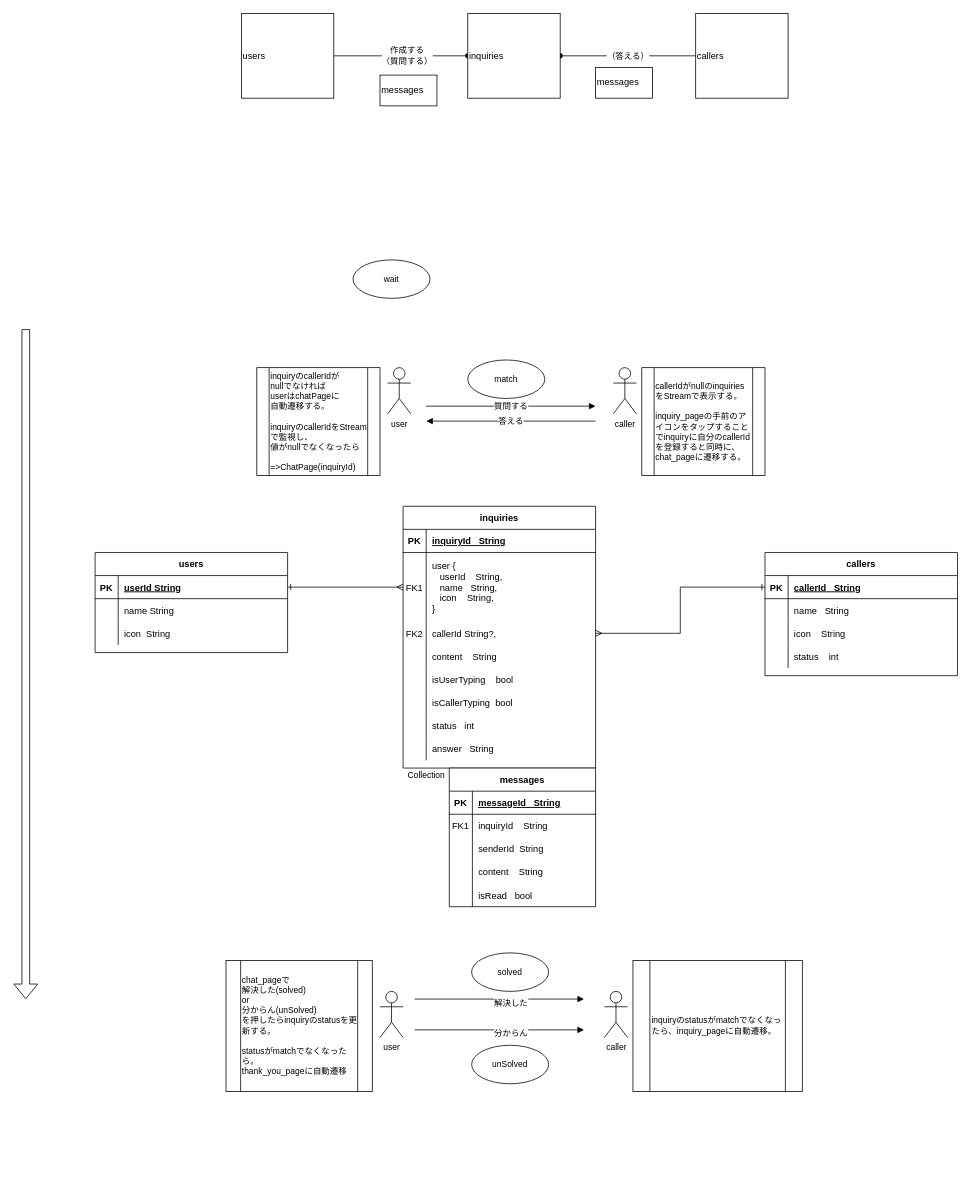
This is page "data" (2 of 2) of Untitled Diagram.drawio from neco3coffee/flutter_inquiry_visualization, a draw.io file, before an edit. Source tidied: cells renumbered, new cells numbered last; positions are measured from the earlier drawing's top-left corner, leaving out a move shared by most shapes. Both pictures are drawn from the tidied source at 77%, with x=0, y=0 at pixel (25, 13).
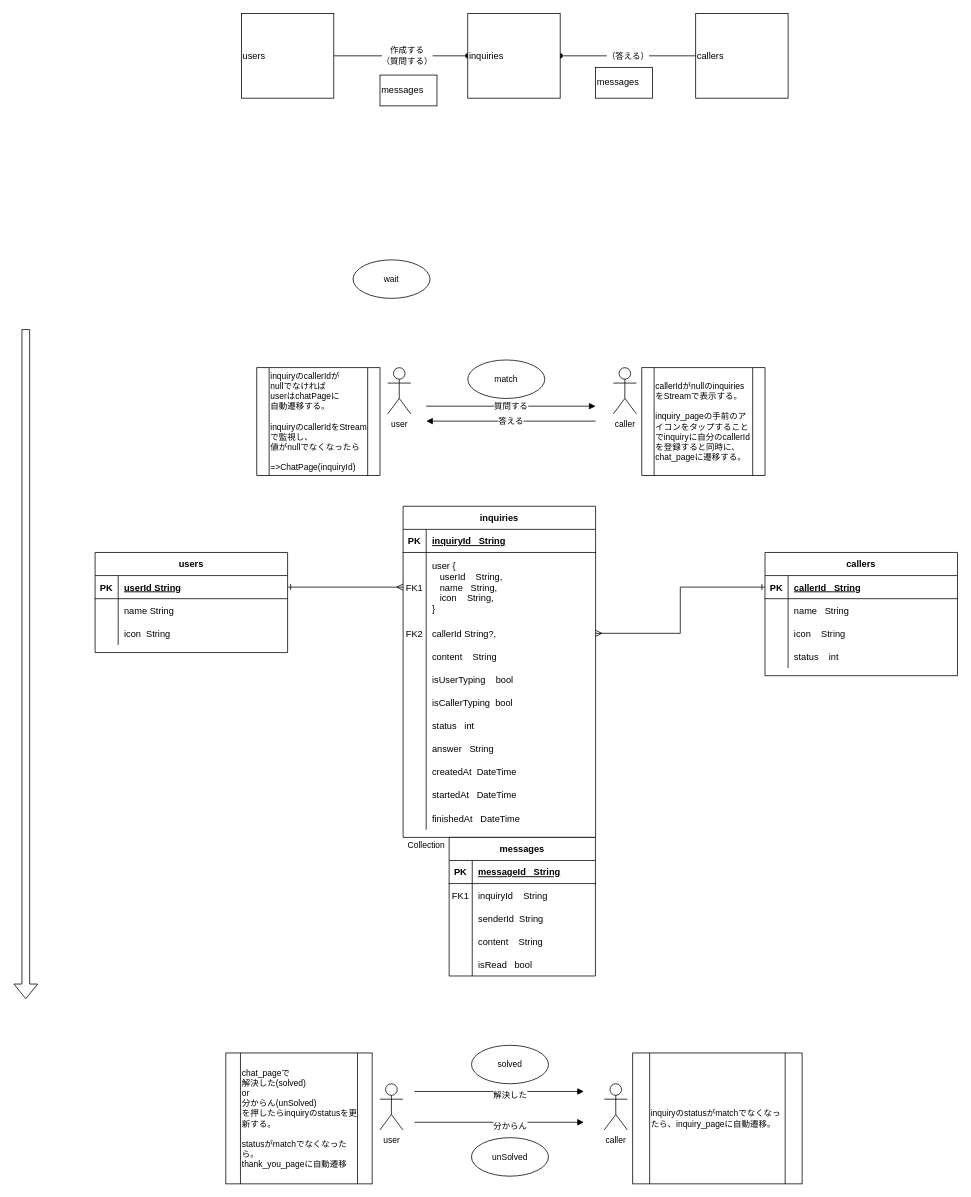
Above is the later version.

The edit, as a diff of the source:
```diff
@@
     <mxCell id="2" value="inquiries" style="shape=table;startSize=30;childLayout=tableLayout;rowLines=0;fontStyle=1;align=center;" parent="1" vertex="1">
-      <mxGeometry x="490" y="640" width="250" height="340" as="geometry" />
+      <mxGeometry x="490" y="640" width="250" height="430" as="geometry" />
     </mxCell>
@@
+    <mxCell id="96" style="shape=partialRectangle;fillColor=none;top=0;left=0;right=0;bottom=0;" parent="2" vertex="1">
+      <mxGeometry y="330" width="250" height="30" as="geometry" />
+    </mxCell>
+    <mxCell id="97" style="shape=partialRectangle;overflow=hidden;fillColor=none;top=0;left=0;bottom=0;right=0;" parent="96" vertex="1">
+      <mxGeometry width="30" height="30" as="geometry" />
+    </mxCell>
+    <mxCell id="98" value="createdAt  DateTime" style="shape=partialRectangle;overflow=hidden;fillColor=none;top=0;left=0;bottom=0;right=0;align=left;spacingLeft=6;" parent="96" vertex="1">
+      <mxGeometry x="30" width="220" height="30" as="geometry" />
+    </mxCell>
+    <mxCell id="99" style="shape=partialRectangle;fillColor=none;top=0;left=0;right=0;bottom=0;" parent="2" vertex="1">
+      <mxGeometry y="360" width="250" height="30" as="geometry" />
+    </mxCell>
+    <mxCell id="100" style="shape=partialRectangle;overflow=hidden;fillColor=none;top=0;left=0;bottom=0;right=0;" parent="99" vertex="1">
+      <mxGeometry width="30" height="30" as="geometry" />
+    </mxCell>
+    <mxCell id="101" value="startedAt   DateTime" style="shape=partialRectangle;overflow=hidden;fillColor=none;top=0;left=0;bottom=0;right=0;align=left;spacingLeft=6;" parent="99" vertex="1">
+      <mxGeometry x="30" width="220" height="30" as="geometry" />
+    </mxCell>
+    <mxCell id="102" style="shape=partialRectangle;fillColor=none;top=0;left=0;right=0;bottom=0;" parent="2" vertex="1">
+      <mxGeometry y="390" width="250" height="30" as="geometry" />
+    </mxCell>
+    <mxCell id="103" style="shape=partialRectangle;overflow=hidden;fillColor=none;top=0;left=0;bottom=0;right=0;" parent="102" vertex="1">
+      <mxGeometry width="30" height="30" as="geometry" />
+    </mxCell>
+    <mxCell id="104" value="finishedAt   DateTime" style="shape=partialRectangle;overflow=hidden;fillColor=none;top=0;left=0;bottom=0;right=0;align=left;spacingLeft=6;" parent="102" vertex="1">
+      <mxGeometry x="30" width="220" height="30" as="geometry" />
+    </mxCell>
@@
     <mxCell id="59" value="messages" style="shape=table;startSize=30;childLayout=tableLayout;rowLines=0;fontStyle=1;align=center;" parent="1" vertex="1">
-      <mxGeometry x="550" y="980" width="190" height="180" as="geometry" />
+      <mxGeometry x="549.8" y="1070" width="190" height="180" as="geometry" />
     </mxCell>
@@
     <mxCell id="75" value="Collection" style="text;html=1;align=center;verticalAlign=middle;fillColor=none;strokeColor=none;rounded=0;fontSize=11;" parent="1" vertex="1">
-      <mxGeometry x="490" y="980" width="60" height="20" as="geometry" />
+      <mxGeometry x="489.8" y="1070" width="60" height="20" as="geometry" />
     </mxCell>
@@
     <mxCell id="82" value="inquiryのstatusがmatchでなくなったら、inquiry_pageに自動遷移。&lt;br&gt;" style="shape=process;whiteSpace=wrap;html=1;backgroundOutline=1;fontSize=11;align=left;" parent="1" vertex="1">
-      <mxGeometry x="788.5" y="1230" width="220" height="170" as="geometry" />
+      <mxGeometry x="788.2" y="1350" width="220" height="170" as="geometry" />
     </mxCell>
     <mxCell id="83" value="caller" style="shape=umlActor;verticalLabelPosition=bottom;verticalAlign=top;html=1;fontSize=11;" parent="1" vertex="1">
-      <mxGeometry x="751.5" y="1270" width="30" height="60" as="geometry" />
+      <mxGeometry x="751.2" y="1390" width="30" height="60" as="geometry" />
     </mxCell>
     <mxCell id="84" value="chat_pageで&lt;br&gt;解決した(solved)&lt;br&gt;or&lt;br&gt;分からん(unSolved)&lt;br&gt;を押したらinquiryのstatusを更新する。&lt;br&gt;&lt;br&gt;statusがmatchでなくなったら。&lt;br&gt;thank_you_pageに自動遷移" style="shape=process;whiteSpace=wrap;html=1;backgroundOutline=1;fontSize=11;align=left;" parent="1" vertex="1">
-      <mxGeometry x="260" y="1230" width="190" height="170" as="geometry" />
+      <mxGeometry x="259.8" y="1350" width="190" height="170" as="geometry" />
     </mxCell>
     <mxCell id="85" value="user" style="shape=umlActor;verticalLabelPosition=bottom;verticalAlign=top;html=1;fontSize=11;" parent="1" vertex="1">
-      <mxGeometry x="460" y="1270" width="30" height="60" as="geometry" />
+      <mxGeometry x="459.8" y="1390" width="30" height="60" as="geometry" />
     </mxCell>
     <mxCell id="86" style="endArrow=block;html=1;rounded=0;fontSize=11;endFill=1;" parent="1" edge="1">
       <mxGeometry relative="1" as="geometry">
-        <mxPoint x="505" y="1280" as="sourcePoint" />
-        <mxPoint x="725" y="1280" as="targetPoint" />
+        <mxPoint x="504.8" y="1400" as="sourcePoint" />
+        <mxPoint x="724.8" y="1400" as="targetPoint" />
       </mxGeometry>
     </mxCell>
@@
     <mxCell id="91" value="solved" style="ellipse;whiteSpace=wrap;html=1;fontSize=11;" parent="1" vertex="1">
-      <mxGeometry x="579" y="1220" width="100" height="50" as="geometry" />
+      <mxGeometry x="578.8" y="1340" width="100" height="50" as="geometry" />
     </mxCell>
     <mxCell id="92" value="unSolved" style="ellipse;whiteSpace=wrap;html=1;fontSize=11;strokeColor=#000000;" parent="1" vertex="1">
-      <mxGeometry x="579" y="1340" width="100" height="50" as="geometry" />
+      <mxGeometry x="578.8" y="1460" width="100" height="50" as="geometry" />
     </mxCell>
@@
     <mxCell id="94" style="endArrow=block;html=1;rounded=0;fontSize=11;endFill=1;" parent="1" edge="1">
       <mxGeometry relative="1" as="geometry">
-        <mxPoint x="505" y="1320" as="sourcePoint" />
-        <mxPoint x="725" y="1320" as="targetPoint" />
+        <mxPoint x="504.8" y="1440" as="sourcePoint" />
+        <mxPoint x="724.8" y="1440" as="targetPoint" />
       </mxGeometry>
     </mxCell>
```
